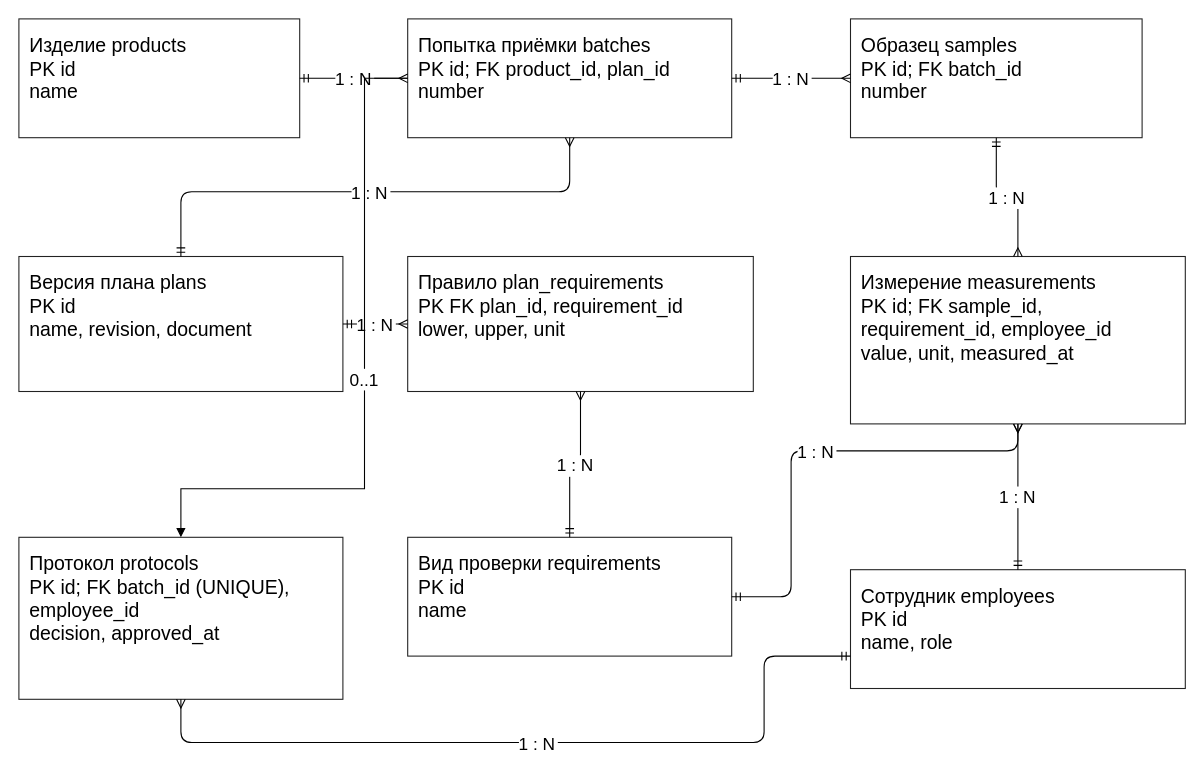
This is КТ2/models/logical_model.drawio from Estriper0/educational_practice, a draw.io file, before an edit. Source tidied: cells renumbered, new cells numbered last; positions are measured from the earlier drawing's top-left corner, leaving out a move shared by most shapes. Both pictures are drawn from the tidied source at 108%, with x=0, y=0 at pixel (18, 18).
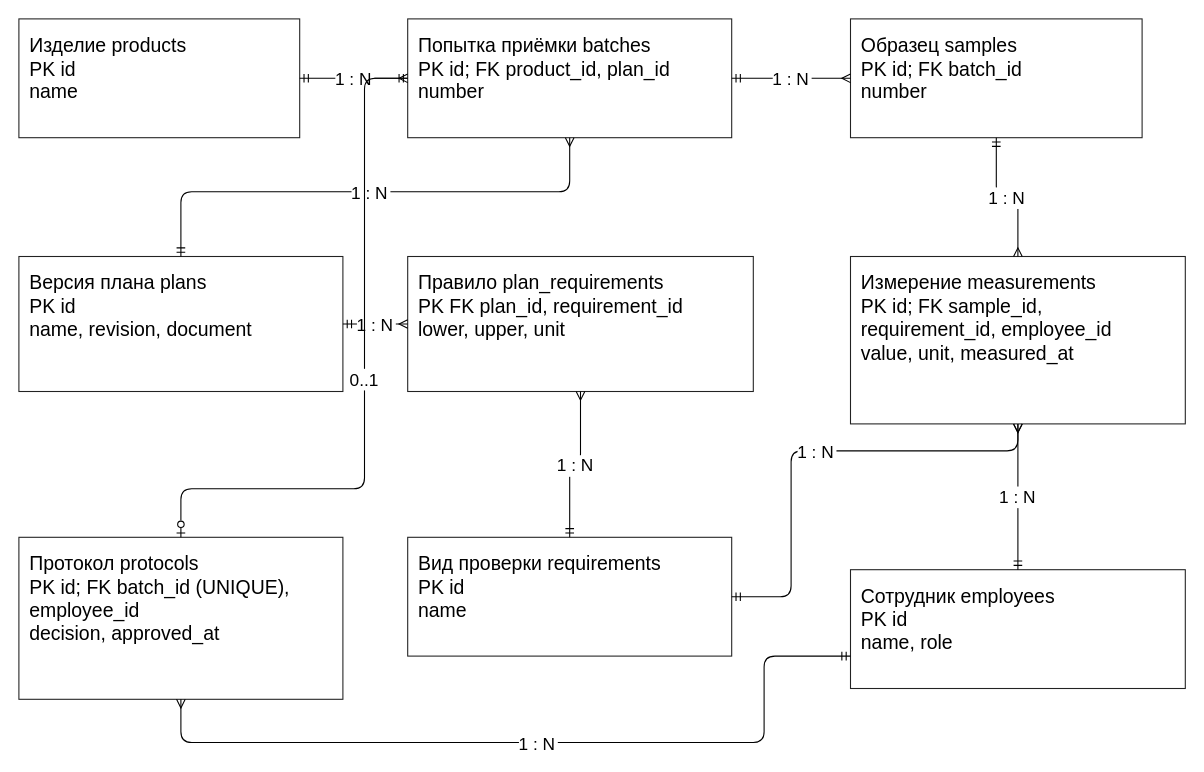
After the change.

The change refers to these unchanged cells:
```xml
<mxCell id="3" value="Попытка приёмки batches&#10;PK id; FK product_id, plan_id&#10;number" style="rounded=0;align=left;verticalAlign=top;spacing=10;whiteSpace=wrap;html=0;fontSize=18;fontFamily=Arial;strokeColor=#222222;" parent="1" vertex="1">
  <mxGeometry x="360" width="300" height="110" as="geometry" />
</mxCell>
<mxCell id="10" value="Протокол protocols&#10;PK id; FK batch_id (UNIQUE),&#10;employee_id&#10;decision, approved_at" style="rounded=0;align=left;verticalAlign=top;spacing=10;whiteSpace=wrap;html=0;fontSize=18;fontFamily=Arial;strokeColor=#222222;" parent="1" vertex="1">
  <mxGeometry y="480" width="300" height="150" as="geometry" />
</mxCell>
```

The edit, as a diff of the source:
```diff
@@
-    <mxCell id="20" value="0..1" style="edgeStyle=orthogonalEdgeStyle;rounded=0;html=0;fontSize=16;endArrow=block;" parent="1" edge="1" source="3" target="10">
+    <mxCell id="20" value="0..1" style="edgeStyle=orthogonalEdgeStyle;html=0;fontSize=16;startArrow=ERmandOne;startFill=0;endArrow=ERzeroToOne;endFill=0;" parent="1" edge="1" source="3" target="10">
       <mxGeometry relative="1" as="geometry">
         <Array as="points">
           <mxPoint x="320" y="55" />
           <mxPoint x="320" y="435" />
           <mxPoint x="150" y="435" />
         </Array>
       </mxGeometry>
     </mxCell>
```
